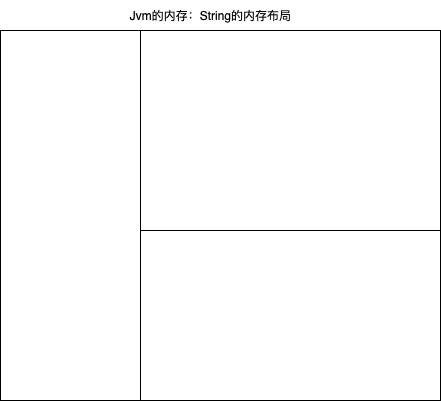
The draw.io diagram drawio/StringMemory.png in Stolorzs/Picgo, before a commit. Source tidied: cells renumbered, new cells last; positions are measured from the earlier drawing's top-left corner, leaving out a move shared by most shapes.
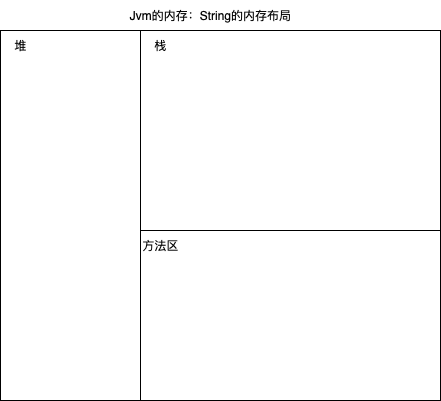
After the commit.

The edit, as a diff of the source:
```diff
@@ -14,5 +14,14 @@
     <mxCell id="5" value="Jvm的内存：String的内存布局" style="text;html=1;align=center;verticalAlign=middle;strokeColor=none;fillColor=none;" parent="1" vertex="1">
       <mxGeometry x="120" width="180" height="30" as="geometry" />
     </mxCell>
+    <mxCell id="6" value="堆" style="text;html=1;align=center;verticalAlign=middle;strokeColor=none;fillColor=none;" parent="1" vertex="1">
+      <mxGeometry y="30" width="40" height="30" as="geometry" />
+    </mxCell>
+    <mxCell id="7" value="栈" style="text;html=1;align=center;verticalAlign=middle;strokeColor=none;fillColor=none;" parent="1" vertex="1">
+      <mxGeometry x="140" y="30" width="40" height="30" as="geometry" />
+    </mxCell>
+    <mxCell id="8" value="方法区" style="text;html=1;align=center;verticalAlign=middle;strokeColor=none;fillColor=none;" parent="1" vertex="1">
+      <mxGeometry x="130" y="230" width="60" height="30" as="geometry" />
+    </mxCell>
   </root>
 </mxGraphModel>
```
